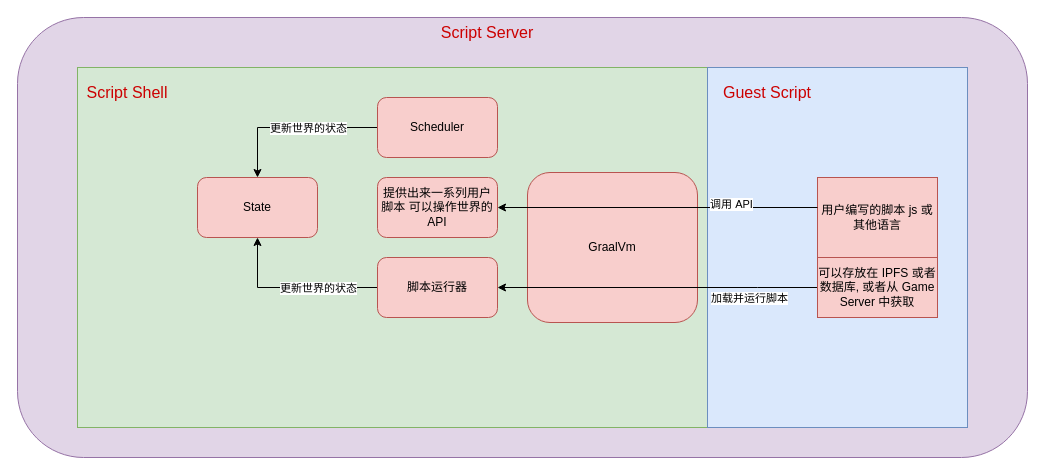
haaohao/drawio keeps this draw.io diagram as Script Server 设计图.drawio. Above is the earlier version. Source tidied: cells renumbered, new cells numbered last; positions are measured from the earlier drawing's top-left corner, leaving out a move shared by most shapes. Both pictures are drawn from the tidied source at 100%, with x=0, y=0 at pixel (17, 17).
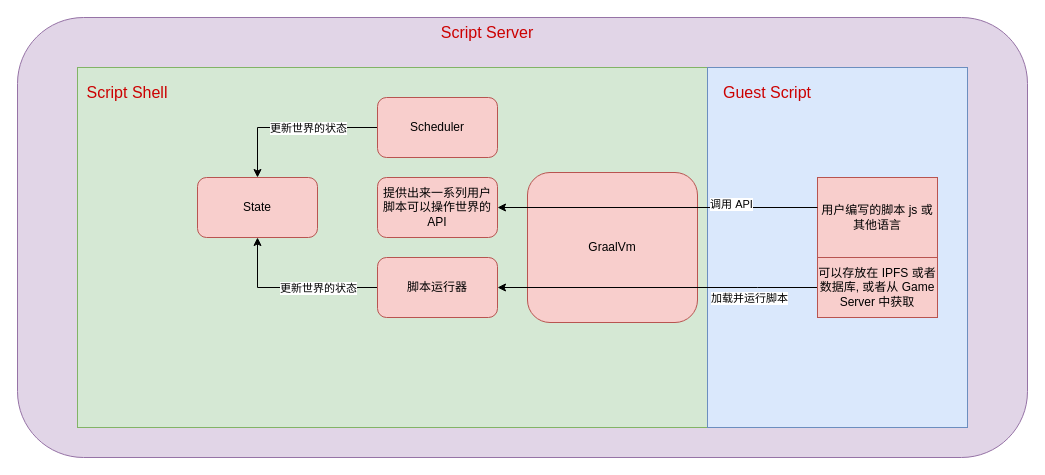
Above is the later version.

Diff of the diagram source:
```diff
@@
-    <mxCell id="7" value="提供出来一系列用户脚本 可以操作世界的 API" style="rounded=1;whiteSpace=wrap;html=1;fillColor=#f8cecc;strokeColor=#b85450;" parent="1" vertex="1">
+    <mxCell id="7" value="提供出来一系列用户脚本可以操作世界的 API" style="rounded=1;whiteSpace=wrap;html=1;fillColor=#f8cecc;strokeColor=#b85450;" parent="1" vertex="1">
       <mxGeometry x="360" y="160" width="120" height="60" as="geometry" />
     </mxCell>
```
